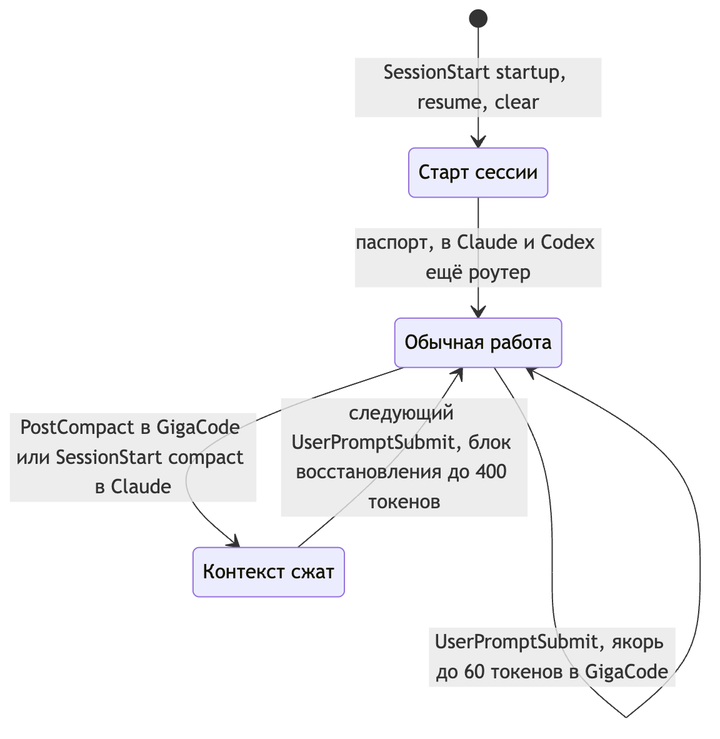
Earlier version of the Mermaid export docs/ru/internals/img/11-prompt-states.png (forbxpg/forbxpg-java-best-practices-skill). Its source is kept beside it as docs/ru/internals/diagrams/11-prompt-states.mmd. The source it was exported from:
```mermaid
stateDiagram-v2
  state "Старт сессии" as Start
  state "Обычная работа" as Normal
  state "Контекст сжат" as Compacted

  [*] --> Start: SessionStart startup, resume, clear
  Start --> Normal: паспорт, в Claude и Codex ещё роутер
  Normal --> Normal: UserPromptSubmit, якорь до 60 токенов в GigaCode
  Normal --> Compacted: PostCompact в GigaCode или SessionStart compact в Claude
  Compacted --> Normal: следующий UserPromptSubmit, блок восстановления до 400 токенов
```
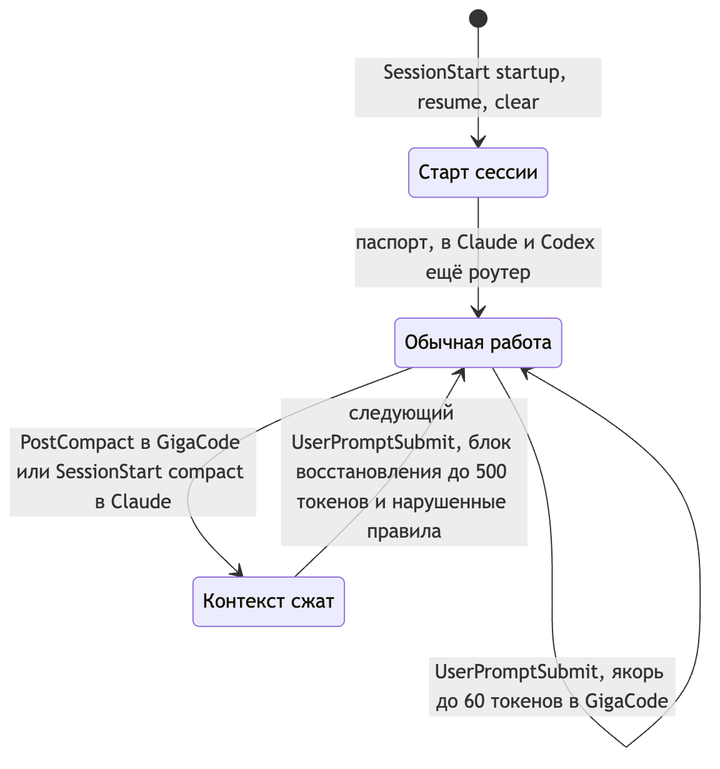
The same file after the commit.

Change to the diagram source:
```diff
@@ -7,4 +7,4 @@
   Start --> Normal: паспорт, в Claude и Codex ещё роутер
   Normal --> Normal: UserPromptSubmit, якорь до 60 токенов в GigaCode
   Normal --> Compacted: PostCompact в GigaCode или SessionStart compact в Claude
-  Compacted --> Normal: следующий UserPromptSubmit, блок восстановления до 400 токенов
+  Compacted --> Normal: следующий UserPromptSubmit, блок восстановления до 500 токенов и нарушенные правила
```
